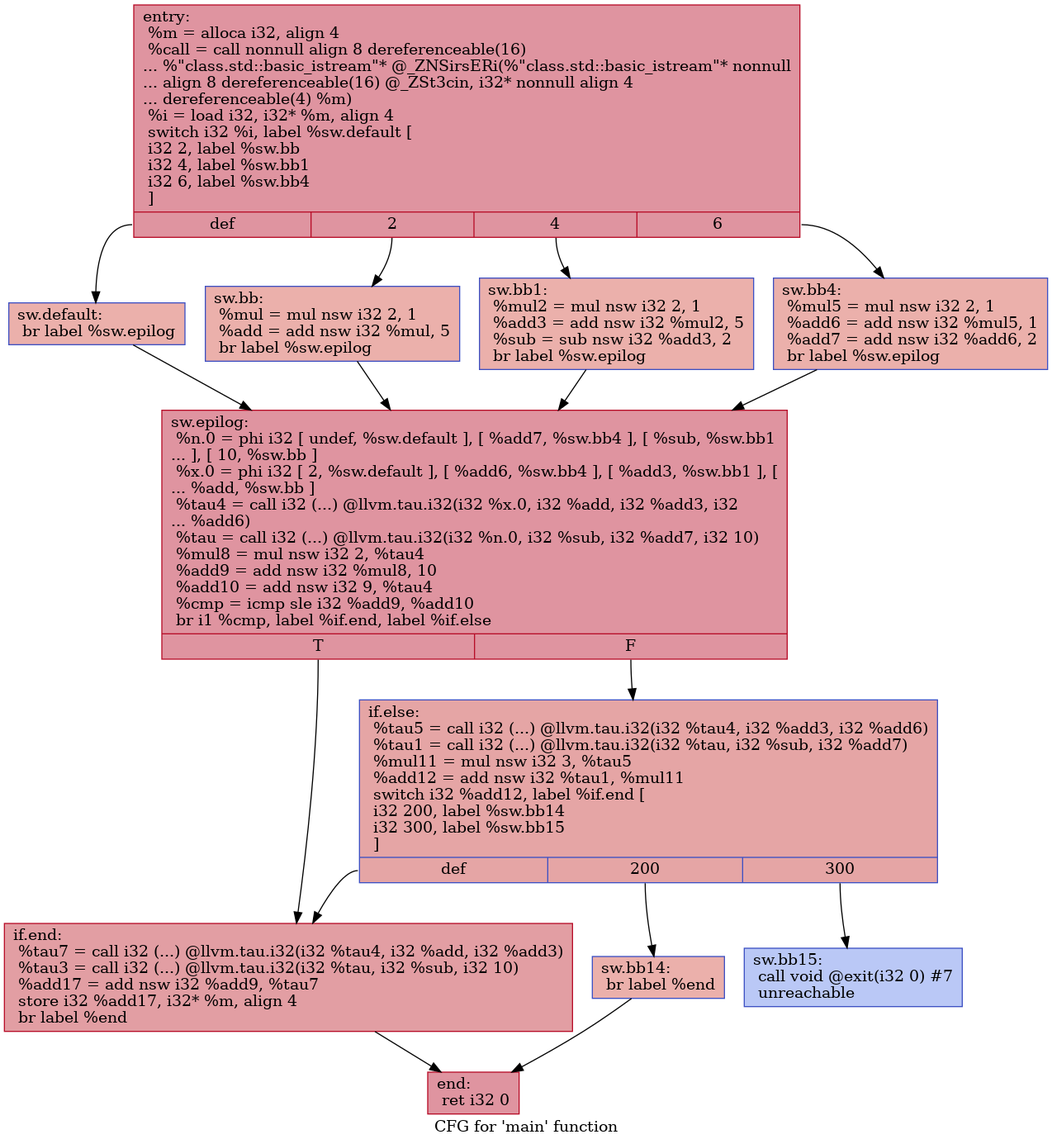
Earlier version of the Graphviz export IR/cfg/afterHPSSA.dot.png (HPSSA-LLVM/HPSSA-LLVM). Its source is kept beside it as IR/cfg/afterHPSSA.dot. Source of this version:
```dot
digraph "CFG for 'main' function" {
	label="Program in HPSSA Form";
	node [fontname="Courier"];
	edge [fontname="Courier"];
	Node0x55d75e08d230 [shape=record,color="#b70d28ff", style=filled, fillcolor="#b70d2870",label="{entry:\l  %m = alloca i32, align 4\l  %call = call nonnull align 8 dereferenceable(16)\l... %\"class.std::basic_istream\"* @_ZNSirsERi(%\"class.std::basic_istream\"* nonnull\l... align 8 dereferenceable(16) @_ZSt3cin, i32* nonnull align 4\l... dereferenceable(4) %m)\l  %i = load i32, i32* %m, align 4\l  switch i32 %i, label %sw.default [\l    i32 2, label %sw.bb\l    i32 4, label %sw.bb1\l    i32 6, label %sw.bb4\l  ]\l|{<s0>def|<s1>2|<s2>4|<s3>6}}"];
	Node0x55d75e08d230:s0 -> Node0x55d75e08d670;
	Node0x55d75e08d230:s1 -> Node0x55d75e08d780;
	Node0x55d75e08d230:s2 -> Node0x55d75e08d880;
	Node0x55d75e08d230:s3 -> Node0x55d75e08d980;
	Node0x55d75e08d780 [shape=record,color="#3d50c3ff", style=filled, fillcolor="#d24b4070",label="{sw.bb:                                            \l  %mul = mul nsw i32 2, 1\l  %add = add nsw i32 %mul, 5\l  br label %sw.epilog\l}"];
	Node0x55d75e08d780 -> Node0x55d75e08dc30;
	Node0x55d75e08d880 [shape=record,color="#3d50c3ff", style=filled, fillcolor="#d24b4070",label="{sw.bb1:                                           \l  %mul2 = mul nsw i32 2, 1\l  %add3 = add nsw i32 %mul2, 5\l  %sub = sub nsw i32 %add3, 2\l  br label %sw.epilog\l}"];
	Node0x55d75e08d880 -> Node0x55d75e08dc30;
	Node0x55d75e08d980 [shape=record,color="#3d50c3ff", style=filled, fillcolor="#d24b4070",label="{sw.bb4:                                           \l  %mul5 = mul nsw i32 2, 1\l  %add6 = add nsw i32 %mul5, 1\l  %add7 = add nsw i32 %add6, 2\l  br label %sw.epilog\l}"];
	Node0x55d75e08d980 -> Node0x55d75e08dc30;
	Node0x55d75e08d670 [shape=record,color="#3d50c3ff", style=filled, fillcolor="#d24b4070",label="{sw.default:                                       \l  br label %sw.epilog\l}"];
	Node0x55d75e08d670 -> Node0x55d75e08dc30;
	Node0x55d75e08dc30 [shape=record,color="#b70d28ff", style=filled, fillcolor="#b70d2870",label="{sw.epilog:                                        \l  %n.0 = phi i32 [ undef, %sw.default ], [ %add7, %sw.bb4 ], [ %sub, %sw.bb1\l... ], [ 10, %sw.bb ]\l  %x.0 = phi i32 [ 2, %sw.default ], [ %add6, %sw.bb4 ], [ %add3, %sw.bb1 ], [\l... %add, %sw.bb ]\l  %tau4 = call i32 (...) @llvm.tau.i32(i32 %x.0, i32 %add, i32 %add3, i32\l... %add6)\l  %tau = call i32 (...) @llvm.tau.i32(i32 %n.0, i32 %sub, i32 %add7, i32 10)\l  %mul8 = mul nsw i32 2, %tau4\l  %add9 = add nsw i32 %mul8, 10\l  %add10 = add nsw i32 9, %tau4\l  %cmp = icmp sle i32 %add9, %add10\l  br i1 %cmp, label %if.end, label %if.else\l|{<s0>T|<s1>F}}"];
	Node0x55d75e08dc30:s0 -> Node0x55d75e08f480;
	Node0x55d75e08dc30:s1 -> Node0x55d75e08f4f0;
	Node0x55d75e08f4f0 [shape=record,color="#3d50c3ff", style=filled, fillcolor="#c5333470",label="{if.else:                                          \l  %tau5 = call i32 (...) @llvm.tau.i32(i32 %tau4, i32 %add3, i32 %add6)\l  %tau1 = call i32 (...) @llvm.tau.i32(i32 %tau, i32 %sub, i32 %add7)\l  %mul11 = mul nsw i32 3, %tau5\l  %add12 = add nsw i32 %tau1, %mul11\l  switch i32 %add12, label %if.end [\l    i32 200, label %sw.bb14\l    i32 300, label %sw.bb15\l  ]\l|{<s0>def|<s1>200|<s2>300}}"];
	Node0x55d75e08f4f0:s0 -> Node0x55d75e08f480;
	Node0x55d75e08f4f0:s1 -> Node0x55d75e08f8b0;
	Node0x55d75e08f4f0:s2 -> Node0x55d75e08f950;
	Node0x55d75e08f8b0 [shape=record,color="#3d50c3ff", style=filled, fillcolor="#d24b4070",label="{sw.bb14:                                          \l  br label %end\l}"];
	Node0x55d75e08f8b0 -> Node0x55d75e08fae0;
	Node0x55d75e08f950 [shape=record,color="#3d50c3ff", style=filled, fillcolor="#6282ea70",label="{sw.bb15:                                          \l  call void @exit(i32 0) #7\l  unreachable\l}"];
	Node0x55d75e08f480 [shape=record,color="#b70d28ff", style=filled, fillcolor="#be242e70",label="{if.end:                                           \l  %tau7 = call i32 (...) @llvm.tau.i32(i32 %tau4, i32 %add, i32 %add3)\l  %tau3 = call i32 (...) @llvm.tau.i32(i32 %tau, i32 %sub, i32 10)\l  %add17 = add nsw i32 %add9, %tau7\l  store i32 %add17, i32* %m, align 4\l  br label %end\l}"];
	Node0x55d75e08f480 -> Node0x55d75e08fae0;
	Node0x55d75e08fae0 [shape=record,color="#b70d28ff", style=filled, fillcolor="#b70d2870",label="{end:                                              \l  ret i32 0\l}"];
}
```
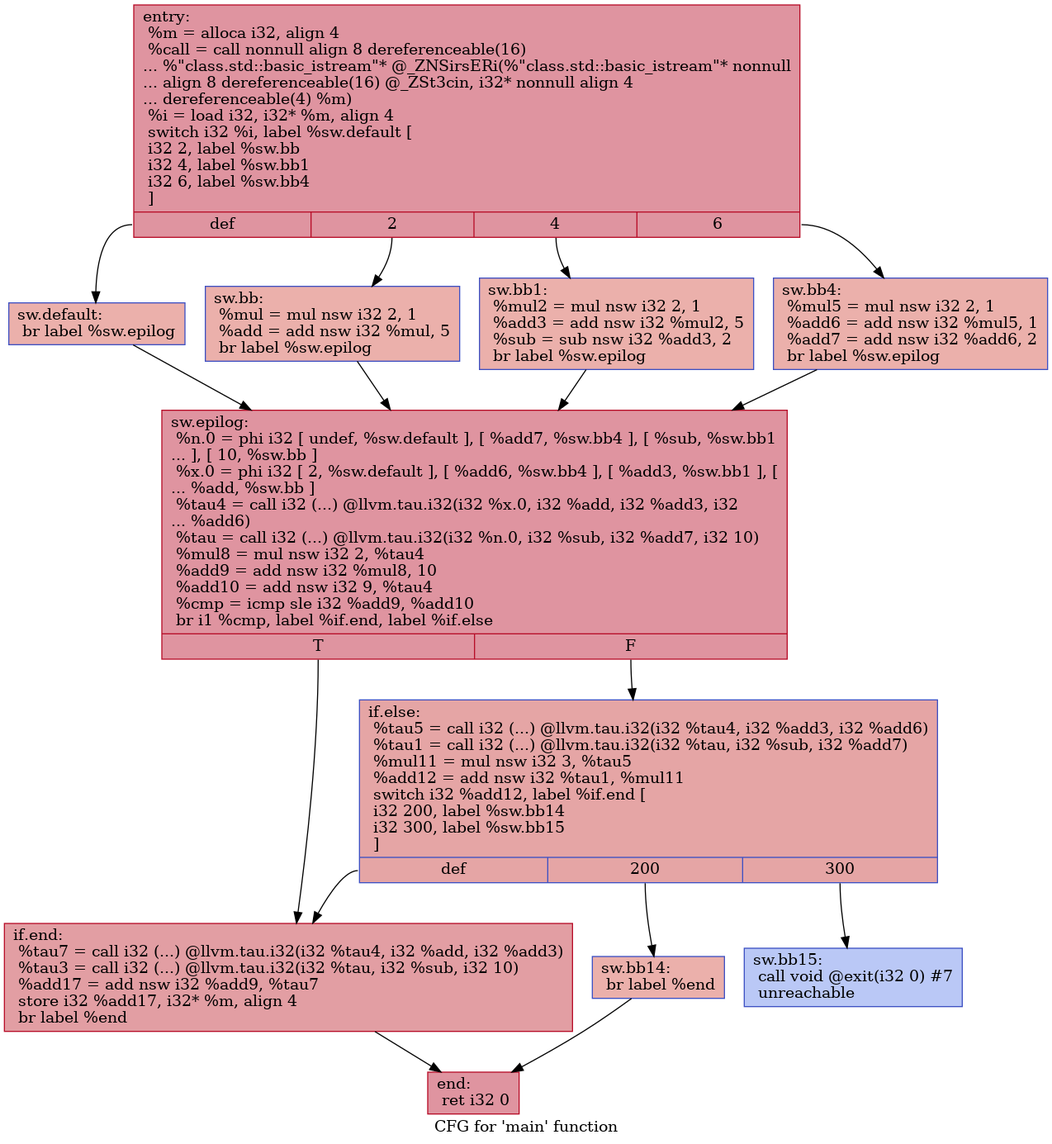
The same diagram one commit later.

The edit, as a diff of the source:
```diff
@@ -1,31 +1,30 @@
 digraph "CFG for 'main' function" {
-	label="Program in HPSSA Form";
-	node [fontname="Courier"];
-	edge [fontname="Courier"];
-	Node0x55d75e08d230 [shape=record,color="#b70d28ff", style=filled, fillcolor="#b70d2870",label="{entry:\l  %m = alloca i32, align 4\l  %call = call nonnull align 8 dereferenceable(16)\l... %\"class.std::basic_istream\"* @_ZNSirsERi(%\"class.std::basic_istream\"* nonnull\l... align 8 dereferenceable(16) @_ZSt3cin, i32* nonnull align 4\l... dereferenceable(4) %m)\l  %i = load i32, i32* %m, align 4\l  switch i32 %i, label %sw.default [\l    i32 2, label %sw.bb\l    i32 4, label %sw.bb1\l    i32 6, label %sw.bb4\l  ]\l|{<s0>def|<s1>2|<s2>4|<s3>6}}"];
-	Node0x55d75e08d230:s0 -> Node0x55d75e08d670;
-	Node0x55d75e08d230:s1 -> Node0x55d75e08d780;
-	Node0x55d75e08d230:s2 -> Node0x55d75e08d880;
-	Node0x55d75e08d230:s3 -> Node0x55d75e08d980;
-	Node0x55d75e08d780 [shape=record,color="#3d50c3ff", style=filled, fillcolor="#d24b4070",label="{sw.bb:                                            \l  %mul = mul nsw i32 2, 1\l  %add = add nsw i32 %mul, 5\l  br label %sw.epilog\l}"];
-	Node0x55d75e08d780 -> Node0x55d75e08dc30;
-	Node0x55d75e08d880 [shape=record,color="#3d50c3ff", style=filled, fillcolor="#d24b4070",label="{sw.bb1:                                           \l  %mul2 = mul nsw i32 2, 1\l  %add3 = add nsw i32 %mul2, 5\l  %sub = sub nsw i32 %add3, 2\l  br label %sw.epilog\l}"];
-	Node0x55d75e08d880 -> Node0x55d75e08dc30;
-	Node0x55d75e08d980 [shape=record,color="#3d50c3ff", style=filled, fillcolor="#d24b4070",label="{sw.bb4:                                           \l  %mul5 = mul nsw i32 2, 1\l  %add6 = add nsw i32 %mul5, 1\l  %add7 = add nsw i32 %add6, 2\l  br label %sw.epilog\l}"];
-	Node0x55d75e08d980 -> Node0x55d75e08dc30;
-	Node0x55d75e08d670 [shape=record,color="#3d50c3ff", style=filled, fillcolor="#d24b4070",label="{sw.default:                                       \l  br label %sw.epilog\l}"];
-	Node0x55d75e08d670 -> Node0x55d75e08dc30;
-	Node0x55d75e08dc30 [shape=record,color="#b70d28ff", style=filled, fillcolor="#b70d2870",label="{sw.epilog:                                        \l  %n.0 = phi i32 [ undef, %sw.default ], [ %add7, %sw.bb4 ], [ %sub, %sw.bb1\l... ], [ 10, %sw.bb ]\l  %x.0 = phi i32 [ 2, %sw.default ], [ %add6, %sw.bb4 ], [ %add3, %sw.bb1 ], [\l... %add, %sw.bb ]\l  %tau4 = call i32 (...) @llvm.tau.i32(i32 %x.0, i32 %add, i32 %add3, i32\l... %add6)\l  %tau = call i32 (...) @llvm.tau.i32(i32 %n.0, i32 %sub, i32 %add7, i32 10)\l  %mul8 = mul nsw i32 2, %tau4\l  %add9 = add nsw i32 %mul8, 10\l  %add10 = add nsw i32 9, %tau4\l  %cmp = icmp sle i32 %add9, %add10\l  br i1 %cmp, label %if.end, label %if.else\l|{<s0>T|<s1>F}}"];
-	Node0x55d75e08dc30:s0 -> Node0x55d75e08f480;
-	Node0x55d75e08dc30:s1 -> Node0x55d75e08f4f0;
-	Node0x55d75e08f4f0 [shape=record,color="#3d50c3ff", style=filled, fillcolor="#c5333470",label="{if.else:                                          \l  %tau5 = call i32 (...) @llvm.tau.i32(i32 %tau4, i32 %add3, i32 %add6)\l  %tau1 = call i32 (...) @llvm.tau.i32(i32 %tau, i32 %sub, i32 %add7)\l  %mul11 = mul nsw i32 3, %tau5\l  %add12 = add nsw i32 %tau1, %mul11\l  switch i32 %add12, label %if.end [\l    i32 200, label %sw.bb14\l    i32 300, label %sw.bb15\l  ]\l|{<s0>def|<s1>200|<s2>300}}"];
-	Node0x55d75e08f4f0:s0 -> Node0x55d75e08f480;
-	Node0x55d75e08f4f0:s1 -> Node0x55d75e08f8b0;
-	Node0x55d75e08f4f0:s2 -> Node0x55d75e08f950;
-	Node0x55d75e08f8b0 [shape=record,color="#3d50c3ff", style=filled, fillcolor="#d24b4070",label="{sw.bb14:                                          \l  br label %end\l}"];
-	Node0x55d75e08f8b0 -> Node0x55d75e08fae0;
-	Node0x55d75e08f950 [shape=record,color="#3d50c3ff", style=filled, fillcolor="#6282ea70",label="{sw.bb15:                                          \l  call void @exit(i32 0) #7\l  unreachable\l}"];
-	Node0x55d75e08f480 [shape=record,color="#b70d28ff", style=filled, fillcolor="#be242e70",label="{if.end:                                           \l  %tau7 = call i32 (...) @llvm.tau.i32(i32 %tau4, i32 %add, i32 %add3)\l  %tau3 = call i32 (...) @llvm.tau.i32(i32 %tau, i32 %sub, i32 10)\l  %add17 = add nsw i32 %add9, %tau7\l  store i32 %add17, i32* %m, align 4\l  br label %end\l}"];
-	Node0x55d75e08f480 -> Node0x55d75e08fae0;
-	Node0x55d75e08fae0 [shape=record,color="#b70d28ff", style=filled, fillcolor="#b70d2870",label="{end:                                              \l  ret i32 0\l}"];
+	label="CFG for 'main' function";
+
+	Node0x55f6c22ce230 [shape=record,color="#b70d28ff", style=filled, fillcolor="#b70d2870",label="{entry:\l  %m = alloca i32, align 4\l  %call = call nonnull align 8 dereferenceable(16)\l... %\"class.std::basic_istream\"* @_ZNSirsERi(%\"class.std::basic_istream\"* nonnull\l... align 8 dereferenceable(16) @_ZSt3cin, i32* nonnull align 4\l... dereferenceable(4) %m)\l  %i = load i32, i32* %m, align 4\l  switch i32 %i, label %sw.default [\l    i32 2, label %sw.bb\l    i32 4, label %sw.bb1\l    i32 6, label %sw.bb4\l  ]\l|{<s0>def|<s1>2|<s2>4|<s3>6}}"];
+	Node0x55f6c22ce230:s0 -> Node0x55f6c22ce670;
+	Node0x55f6c22ce230:s1 -> Node0x55f6c22ce780;
+	Node0x55f6c22ce230:s2 -> Node0x55f6c22ce880;
+	Node0x55f6c22ce230:s3 -> Node0x55f6c22ce980;
+	Node0x55f6c22ce780 [shape=record,color="#3d50c3ff", style=filled, fillcolor="#d24b4070",label="{sw.bb:                                            \l  %mul = mul nsw i32 2, 1\l  %add = add nsw i32 %mul, 5\l  br label %sw.epilog\l}"];
+	Node0x55f6c22ce780 -> Node0x55f6c22cec30;
+	Node0x55f6c22ce880 [shape=record,color="#3d50c3ff", style=filled, fillcolor="#d24b4070",label="{sw.bb1:                                           \l  %mul2 = mul nsw i32 2, 1\l  %add3 = add nsw i32 %mul2, 5\l  %sub = sub nsw i32 %add3, 2\l  br label %sw.epilog\l}"];
+	Node0x55f6c22ce880 -> Node0x55f6c22cec30;
+	Node0x55f6c22ce980 [shape=record,color="#3d50c3ff", style=filled, fillcolor="#d24b4070",label="{sw.bb4:                                           \l  %mul5 = mul nsw i32 2, 1\l  %add6 = add nsw i32 %mul5, 1\l  %add7 = add nsw i32 %add6, 2\l  br label %sw.epilog\l}"];
+	Node0x55f6c22ce980 -> Node0x55f6c22cec30;
+	Node0x55f6c22ce670 [shape=record,color="#3d50c3ff", style=filled, fillcolor="#d24b4070",label="{sw.default:                                       \l  br label %sw.epilog\l}"];
+	Node0x55f6c22ce670 -> Node0x55f6c22cec30;
+	Node0x55f6c22cec30 [shape=record,color="#b70d28ff", style=filled, fillcolor="#b70d2870",label="{sw.epilog:                                        \l  %n.0 = phi i32 [ undef, %sw.default ], [ %add7, %sw.bb4 ], [ %sub, %sw.bb1\l... ], [ 10, %sw.bb ]\l  %x.0 = phi i32 [ 2, %sw.default ], [ %add6, %sw.bb4 ], [ %add3, %sw.bb1 ], [\l... %add, %sw.bb ]\l  %tau4 = call i32 (...) @llvm.tau.i32(i32 %x.0, i32 %add, i32 %add3, i32\l... %add6)\l  %tau = call i32 (...) @llvm.tau.i32(i32 %n.0, i32 %sub, i32 %add7, i32 10)\l  %mul8 = mul nsw i32 2, %tau4\l  %add9 = add nsw i32 %mul8, 10\l  %add10 = add nsw i32 9, %tau4\l  %cmp = icmp sle i32 %add9, %add10\l  br i1 %cmp, label %if.end, label %if.else\l|{<s0>T|<s1>F}}"];
+	Node0x55f6c22cec30:s0 -> Node0x55f6c22d0480;
+	Node0x55f6c22cec30:s1 -> Node0x55f6c22d04f0;
+	Node0x55f6c22d04f0 [shape=record,color="#3d50c3ff", style=filled, fillcolor="#c5333470",label="{if.else:                                          \l  %tau5 = call i32 (...) @llvm.tau.i32(i32 %tau4, i32 %add3, i32 %add6)\l  %tau1 = call i32 (...) @llvm.tau.i32(i32 %tau, i32 %sub, i32 %add7)\l  %mul11 = mul nsw i32 3, %tau5\l  %add12 = add nsw i32 %tau1, %mul11\l  switch i32 %add12, label %if.end [\l    i32 200, label %sw.bb14\l    i32 300, label %sw.bb15\l  ]\l|{<s0>def|<s1>200|<s2>300}}"];
+	Node0x55f6c22d04f0:s0 -> Node0x55f6c22d0480;
+	Node0x55f6c22d04f0:s1 -> Node0x55f6c22d08b0;
+	Node0x55f6c22d04f0:s2 -> Node0x55f6c22d0950;
+	Node0x55f6c22d08b0 [shape=record,color="#3d50c3ff", style=filled, fillcolor="#d24b4070",label="{sw.bb14:                                          \l  br label %end\l}"];
+	Node0x55f6c22d08b0 -> Node0x55f6c22d0ae0;
+	Node0x55f6c22d0950 [shape=record,color="#3d50c3ff", style=filled, fillcolor="#6282ea70",label="{sw.bb15:                                          \l  call void @exit(i32 0) #7\l  unreachable\l}"];
+	Node0x55f6c22d0480 [shape=record,color="#b70d28ff", style=filled, fillcolor="#be242e70",label="{if.end:                                           \l  %tau7 = call i32 (...) @llvm.tau.i32(i32 %tau4, i32 %add, i32 %add3)\l  %tau3 = call i32 (...) @llvm.tau.i32(i32 %tau, i32 %sub, i32 10)\l  %add17 = add nsw i32 %add9, %tau7\l  store i32 %add17, i32* %m, align 4\l  br label %end\l}"];
+	Node0x55f6c22d0480 -> Node0x55f6c22d0ae0;
+	Node0x55f6c22d0ae0 [shape=record,color="#b70d28ff", style=filled, fillcolor="#b70d2870",label="{end:                                              \l  ret i32 0\l}"];
 }
```
